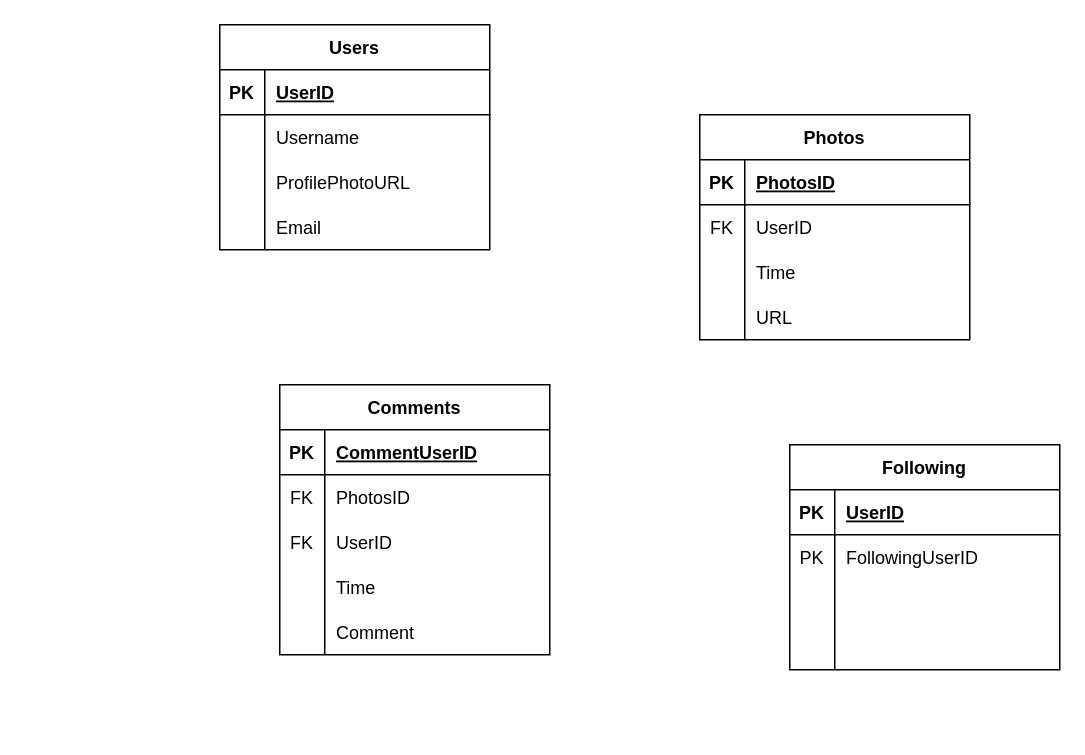
Above: Untitled Diagram.drawio in Nguyen8676/Instagrem-diagram (draw.io), before the change. Source tidied: cells renumbered, new cells numbered last; positions are measured from the earlier drawing's top-left corner, leaving out a move shared by most shapes. Both pictures are drawn from the tidied source at 150%, with x=0, y=0 at pixel (219, 24).
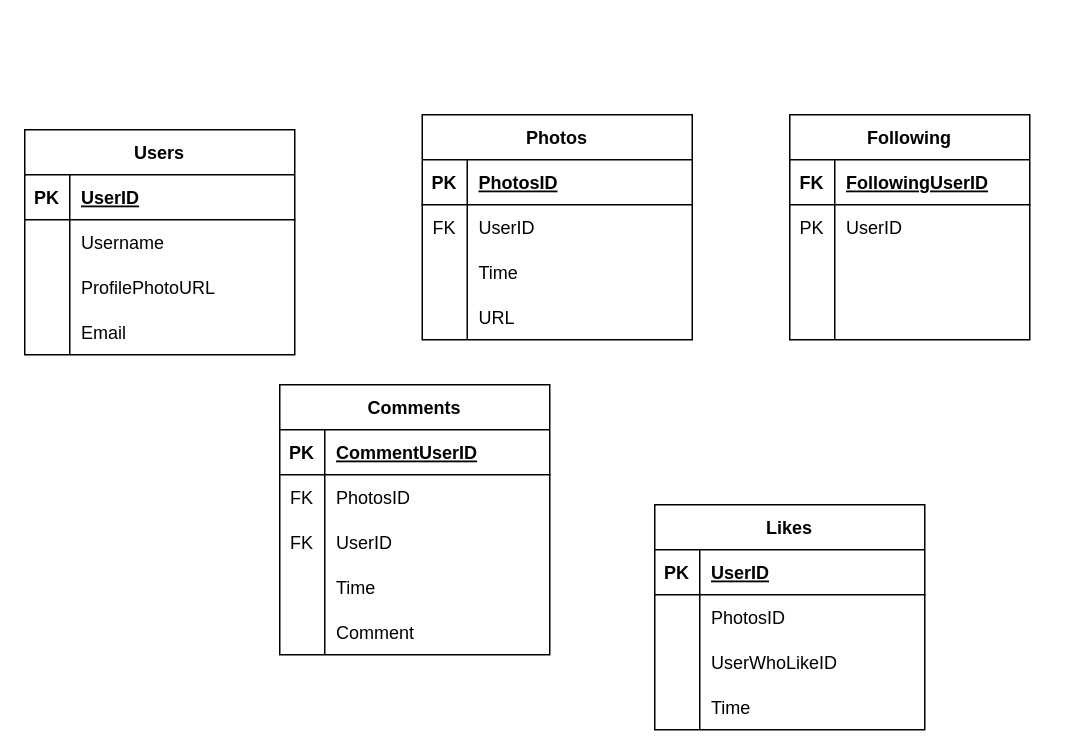
The same page after the edit.

Diff of the diagram source:
```diff
@@
     <mxCell id="2" value="Users" style="shape=table;startSize=30;childLayout=tableLayout;rowLines=0;fontStyle=1;align=center;" parent="1" vertex="1">
-      <mxGeometry width="180" height="150" as="geometry" />
+      <mxGeometry x="-130" y="70" width="180" height="150" as="geometry" />
     </mxCell>
@@
     <mxCell id="15" value="Photos" style="shape=table;startSize=30;childLayout=tableLayout;rowLines=0;fontStyle=1;align=center;" parent="1" vertex="1">
-      <mxGeometry x="320" y="60" width="180" height="150" as="geometry" />
+      <mxGeometry x="135" y="60" width="180" height="150" as="geometry" />
     </mxCell>
@@
     <mxCell id="44" value="Following" style="shape=table;startSize=30;childLayout=tableLayout;rowLines=0;fontStyle=1;align=center;" parent="1" vertex="1">
-      <mxGeometry x="380" y="280" width="180" height="150" as="geometry" />
+      <mxGeometry x="380" y="60" width="160" height="150" as="geometry" />
     </mxCell>
     <mxCell id="45" style="shape=tableRow;horizontal=0;startSize=0;swimlaneHead=0;swimlaneBody=0;fillColor=none;top=0;left=0;right=0;bottom=1;" parent="44" vertex="1">
-      <mxGeometry y="30" width="180" height="30" as="geometry" />
+      <mxGeometry y="30" width="160" height="30" as="geometry" />
     </mxCell>
-    <mxCell id="46" value="PK" style="shape=partialRectangle;fillColor=none;top=0;left=0;bottom=0;right=0;fontStyle=1;overflow=hidden;" parent="45" vertex="1">
+    <mxCell id="46" value="FK" style="shape=partialRectangle;fillColor=none;top=0;left=0;bottom=0;right=0;fontStyle=1;overflow=hidden;" parent="45" vertex="1">
       <mxGeometry width="30" height="30" as="geometry" />
     </mxCell>
-    <mxCell id="47" value="UserID" style="shape=partialRectangle;fillColor=none;top=0;left=0;bottom=0;right=0;align=left;spacingLeft=6;fontStyle=5;overflow=hidden;" parent="45" vertex="1">
-      <mxGeometry x="30" width="150" height="30" as="geometry" />
+    <mxCell id="47" value="FollowingUserID" style="shape=partialRectangle;fillColor=none;top=0;left=0;bottom=0;right=0;align=left;spacingLeft=6;fontStyle=5;overflow=hidden;" parent="45" vertex="1">
+      <mxGeometry x="30" width="130" height="30" as="geometry" />
     </mxCell>
     <mxCell id="48" style="shape=tableRow;horizontal=0;startSize=0;swimlaneHead=0;swimlaneBody=0;fillColor=none;top=0;left=0;right=0;bottom=0;" parent="44" vertex="1">
-      <mxGeometry y="60" width="180" height="30" as="geometry" />
+      <mxGeometry y="60" width="160" height="30" as="geometry" />
     </mxCell>
@@
-    <mxCell id="50" value="FollowingUserID" style="shape=partialRectangle;fillColor=none;top=0;left=0;bottom=0;right=0;align=left;spacingLeft=6;overflow=hidden;" parent="48" vertex="1">
-      <mxGeometry x="30" width="150" height="30" as="geometry" />
+    <mxCell id="50" value="UserID" style="shape=partialRectangle;fillColor=none;top=0;left=0;bottom=0;right=0;align=left;spacingLeft=6;overflow=hidden;" parent="48" vertex="1">
+      <mxGeometry x="30" width="130" height="30" as="geometry" />
     </mxCell>
     <mxCell id="51" style="shape=tableRow;horizontal=0;startSize=0;swimlaneHead=0;swimlaneBody=0;fillColor=none;top=0;left=0;right=0;bottom=0;" parent="44" vertex="1">
-      <mxGeometry y="90" width="180" height="30" as="geometry" />
+      <mxGeometry y="90" width="160" height="30" as="geometry" />
     </mxCell>
@@
     <mxCell id="53" style="shape=partialRectangle;fillColor=none;top=0;left=0;bottom=0;right=0;align=left;spacingLeft=6;overflow=hidden;" parent="51" vertex="1">
-      <mxGeometry x="30" width="150" height="30" as="geometry" />
+      <mxGeometry x="30" width="130" height="30" as="geometry" />
     </mxCell>
     <mxCell id="54" style="shape=tableRow;horizontal=0;startSize=0;swimlaneHead=0;swimlaneBody=0;fillColor=none;top=0;left=0;right=0;bottom=0;" parent="44" vertex="1">
-      <mxGeometry y="120" width="180" height="30" as="geometry" />
+      <mxGeometry y="120" width="160" height="30" as="geometry" />
     </mxCell>
@@
     <mxCell id="56" style="shape=partialRectangle;fillColor=none;top=0;left=0;bottom=0;right=0;align=left;spacingLeft=6;overflow=hidden;" parent="54" vertex="1">
-      <mxGeometry x="30" width="150" height="30" as="geometry" />
+      <mxGeometry x="30" width="130" height="30" as="geometry" />
     </mxCell>
+    <mxCell id="57" value="Likes" style="shape=table;startSize=30;childLayout=tableLayout;rowLines=0;fontStyle=1;align=center;" parent="1" vertex="1">
+      <mxGeometry x="290" y="320" width="180" height="150" as="geometry" />
+    </mxCell>
+    <mxCell id="58" style="shape=tableRow;horizontal=0;startSize=0;swimlaneHead=0;swimlaneBody=0;fillColor=none;top=0;left=0;right=0;bottom=1;" parent="57" vertex="1">
+      <mxGeometry y="30" width="180" height="30" as="geometry" />
+    </mxCell>
+    <mxCell id="59" value="PK" style="shape=partialRectangle;fillColor=none;top=0;left=0;bottom=0;right=0;fontStyle=1;overflow=hidden;" parent="58" vertex="1">
+      <mxGeometry width="30" height="30" as="geometry" />
+    </mxCell>
+    <mxCell id="60" value="UserID" style="shape=partialRectangle;fillColor=none;top=0;left=0;bottom=0;right=0;align=left;spacingLeft=6;fontStyle=5;overflow=hidden;" parent="58" vertex="1">
+      <mxGeometry x="30" width="150" height="30" as="geometry" />
+    </mxCell>
+    <mxCell id="61" style="shape=tableRow;horizontal=0;startSize=0;swimlaneHead=0;swimlaneBody=0;fillColor=none;top=0;left=0;right=0;bottom=0;" parent="57" vertex="1">
+      <mxGeometry y="60" width="180" height="30" as="geometry" />
+    </mxCell>
+    <mxCell id="62" style="shape=partialRectangle;fillColor=none;top=0;left=0;bottom=0;right=0;overflow=hidden;" parent="61" vertex="1">
+      <mxGeometry width="30" height="30" as="geometry" />
+    </mxCell>
+    <mxCell id="63" value="PhotosID" style="shape=partialRectangle;fillColor=none;top=0;left=0;bottom=0;right=0;align=left;spacingLeft=6;overflow=hidden;" parent="61" vertex="1">
+      <mxGeometry x="30" width="150" height="30" as="geometry" />
+    </mxCell>
+    <mxCell id="64" style="shape=tableRow;horizontal=0;startSize=0;swimlaneHead=0;swimlaneBody=0;fillColor=none;top=0;left=0;right=0;bottom=0;" parent="57" vertex="1">
+      <mxGeometry y="90" width="180" height="30" as="geometry" />
+    </mxCell>
+    <mxCell id="65" style="shape=partialRectangle;fillColor=none;top=0;left=0;bottom=0;right=0;overflow=hidden;" parent="64" vertex="1">
+      <mxGeometry width="30" height="30" as="geometry" />
+    </mxCell>
+    <mxCell id="66" value="UserWhoLikeID" style="shape=partialRectangle;fillColor=none;top=0;left=0;bottom=0;right=0;align=left;spacingLeft=6;overflow=hidden;" parent="64" vertex="1">
+      <mxGeometry x="30" width="150" height="30" as="geometry" />
+    </mxCell>
+    <mxCell id="67" style="shape=tableRow;horizontal=0;startSize=0;swimlaneHead=0;swimlaneBody=0;fillColor=none;top=0;left=0;right=0;bottom=0;" parent="57" vertex="1">
+      <mxGeometry y="120" width="180" height="30" as="geometry" />
+    </mxCell>
+    <mxCell id="68" style="shape=partialRectangle;fillColor=none;top=0;left=0;bottom=0;right=0;overflow=hidden;" parent="67" vertex="1">
+      <mxGeometry width="30" height="30" as="geometry" />
+    </mxCell>
+    <mxCell id="69" value="Time" style="shape=partialRectangle;fillColor=none;top=0;left=0;bottom=0;right=0;align=left;spacingLeft=6;overflow=hidden;" parent="67" vertex="1">
+      <mxGeometry x="30" width="150" height="30" as="geometry" />
+    </mxCell>
```
